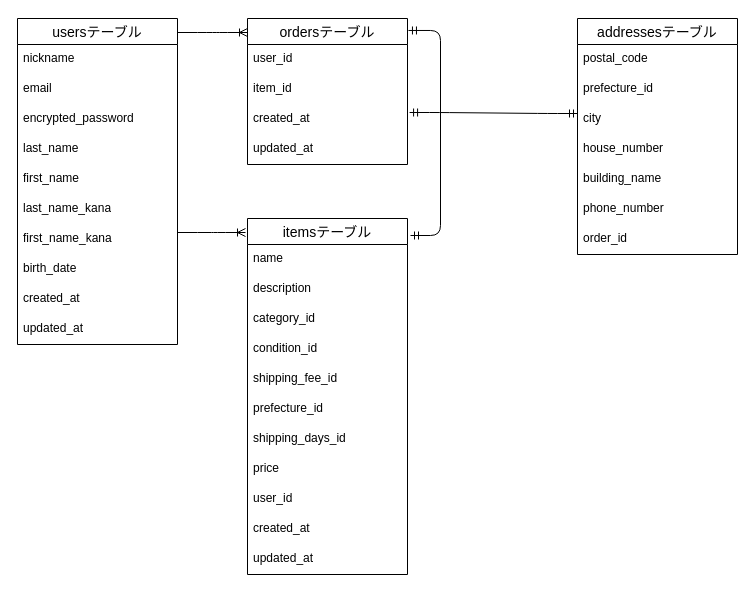
Before: ER.dio in tomo7716/furima-42316, a draw.io diagram. Source tidied: cells renumbered, new cells numbered last; positions are measured from the earlier drawing's top-left corner, leaving out a move shared by most shapes. Both pictures are drawn from the tidied source at 100%, with x=0, y=0 at pixel (17, 18).
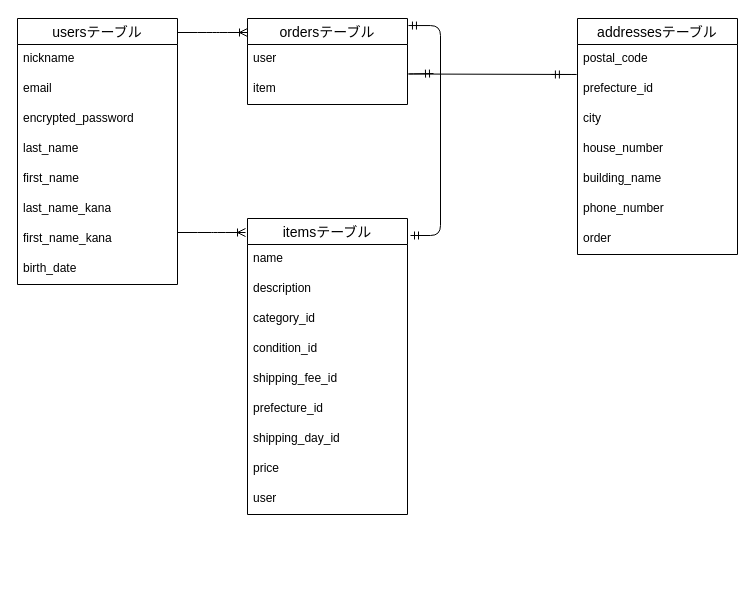
The same diagram, later.

The change refers to these unchanged cells:
```xml
<mxCell id="30" value="addressesテーブル" style="swimlane;fontStyle=0;horizontal=1;startSize=26;align=center;fontSize=14;" parent="1" vertex="1">
  <mxGeometry x="560" width="160" height="236" as="geometry" />
</mxCell>
<mxCell id="33" value="city" style="text;strokeColor=none;fillColor=none;spacingLeft=4;spacingRight=4;overflow=hidden;points=[[0,0.5],[1,0.5]];portConstraint=eastwest;fontSize=12;whiteSpace=wrap;html=1;" parent="30" vertex="1">
  <mxGeometry y="86" width="160" height="30" as="geometry" />
</mxCell>
```

Diff of the diagram source:
```diff
@@
     <mxCell id="2" value="usersテーブル" style="swimlane;fontStyle=0;horizontal=1;startSize=26;align=center;fontSize=14;" parent="1" vertex="1">
-      <mxGeometry width="160" height="326" as="geometry" />
+      <mxGeometry width="160" height="266" as="geometry" />
     </mxCell>
@@
-    <mxCell id="11" value="created_at" style="text;strokeColor=none;fillColor=none;spacingLeft=4;spacingRight=4;overflow=hidden;fontSize=12;whiteSpace=wrap;html=1;" parent="2" vertex="1">
-      <mxGeometry y="266" width="160" height="30" as="geometry" />
-    </mxCell>
-    <mxCell id="12" value="updated_at" style="text;strokeColor=none;fillColor=none;spacingLeft=4;spacingRight=4;overflow=hidden;fontSize=12;whiteSpace=wrap;html=1;" parent="2" vertex="1">
-      <mxGeometry y="296" width="160" height="30" as="geometry" />
-    </mxCell>
     <mxCell id="13" value="itemsテーブル" style="swimlane;fontStyle=0;horizontal=1;startSize=26;align=center;fontSize=14;" parent="1" vertex="1">
-      <mxGeometry x="230" y="200" width="160" height="356" as="geometry" />
+      <mxGeometry x="230" y="200" width="160" height="296" as="geometry" />
     </mxCell>
@@
-    <mxCell id="20" value="shipping_days_id" style="text;strokeColor=none;fillColor=none;spacingLeft=4;spacingRight=4;overflow=hidden;fontSize=12;whiteSpace=wrap;html=1;" parent="13" vertex="1">
+    <mxCell id="20" value="shipping_day_id" style="text;strokeColor=none;fillColor=none;spacingLeft=4;spacingRight=4;overflow=hidden;fontSize=12;whiteSpace=wrap;html=1;" parent="13" vertex="1">
       <mxGeometry y="206" width="160" height="30" as="geometry" />
     </mxCell>
@@
-    <mxCell id="22" value="user_id" style="text;strokeColor=none;fillColor=none;spacingLeft=4;spacingRight=4;overflow=hidden;fontSize=12;whiteSpace=wrap;html=1;" parent="13" vertex="1">
+    <mxCell id="22" value="user" style="text;strokeColor=none;fillColor=none;spacingLeft=4;spacingRight=4;overflow=hidden;fontSize=12;whiteSpace=wrap;html=1;" parent="13" vertex="1">
       <mxGeometry y="266" width="160" height="30" as="geometry" />
     </mxCell>
-    <mxCell id="23" value="&lt;span style=&quot;color: rgb(0, 0, 0);&quot;&gt;created_at&lt;/span&gt;" style="text;strokeColor=none;fillColor=none;spacingLeft=4;spacingRight=4;overflow=hidden;fontSize=12;whiteSpace=wrap;html=1;" parent="13" vertex="1">
-      <mxGeometry y="296" width="160" height="30" as="geometry" />
-    </mxCell>
-    <mxCell id="24" value="updated_at" style="text;strokeColor=none;fillColor=none;spacingLeft=4;spacingRight=4;overflow=hidden;fontSize=12;whiteSpace=wrap;html=1;" parent="13" vertex="1">
-      <mxGeometry y="326" width="160" height="30" as="geometry" />
-    </mxCell>
     <mxCell id="25" value="ordersテーブル" style="swimlane;fontStyle=0;horizontal=1;startSize=26;align=center;fontSize=14;" parent="1" vertex="1">
-      <mxGeometry x="230" width="160" height="146" as="geometry" />
+      <mxGeometry x="230" width="160" height="86" as="geometry" />
     </mxCell>
-    <mxCell id="26" value="user_id" style="text;strokeColor=none;fillColor=none;spacingLeft=4;spacingRight=4;overflow=hidden;fontSize=12;whiteSpace=wrap;html=1;" parent="25" vertex="1">
+    <mxCell id="26" value="user" style="text;strokeColor=none;fillColor=none;spacingLeft=4;spacingRight=4;overflow=hidden;fontSize=12;whiteSpace=wrap;html=1;" parent="25" vertex="1">
       <mxGeometry y="26" width="160" height="30" as="geometry" />
     </mxCell>
-    <mxCell id="27" value="item_id" style="text;strokeColor=none;fillColor=none;spacingLeft=4;spacingRight=4;overflow=hidden;fontSize=12;whiteSpace=wrap;html=1;" parent="25" vertex="1">
+    <mxCell id="27" value="item" style="text;strokeColor=none;fillColor=none;spacingLeft=4;spacingRight=4;overflow=hidden;fontSize=12;whiteSpace=wrap;html=1;" parent="25" vertex="1">
       <mxGeometry y="56" width="160" height="30" as="geometry" />
     </mxCell>
-    <mxCell id="28" value="created_at" style="text;strokeColor=none;fillColor=none;spacingLeft=4;spacingRight=4;overflow=hidden;points=[[0,0.5],[1,0.5]];portConstraint=eastwest;fontSize=12;whiteSpace=wrap;html=1;" parent="25" vertex="1">
-      <mxGeometry y="86" width="160" height="30" as="geometry" />
-    </mxCell>
-    <mxCell id="29" value="updated_at" style="text;strokeColor=none;fillColor=none;spacingLeft=4;spacingRight=4;overflow=hidden;fontSize=12;whiteSpace=wrap;html=1;" parent="25" vertex="1">
-      <mxGeometry y="116" width="160" height="30" as="geometry" />
-    </mxCell>
@@
+    <mxCell id="42" style="edgeStyle=entityRelationEdgeStyle;fontSize=12;html=1;endArrow=ERmandOne;startArrow=ERmandOne;exitX=0;exitY=0.3;exitDx=0;exitDy=0;exitPerimeter=0;" parent="30" edge="1">
+      <mxGeometry relative="1" as="geometry">
+        <mxPoint x="-26.1" y="56" as="sourcePoint" />
+        <mxPoint x="-144" y="55" as="targetPoint" />
+        <Array as="points">
+          <mxPoint x="-256.1" y="81" />
+          <mxPoint x="-266.1" y="131" />
+        </Array>
+      </mxGeometry>
+    </mxCell>
@@
-    <mxCell id="37" value="order_id" style="text;strokeColor=none;fillColor=none;spacingLeft=4;spacingRight=4;overflow=hidden;fontSize=12;whiteSpace=wrap;html=1;" parent="30" vertex="1">
+    <mxCell id="37" value="order" style="text;strokeColor=none;fillColor=none;spacingLeft=4;spacingRight=4;overflow=hidden;fontSize=12;whiteSpace=wrap;html=1;" parent="30" vertex="1">
       <mxGeometry y="206" width="160" height="30" as="geometry" />
     </mxCell>
@@
-    <mxCell id="42" style="edgeStyle=entityRelationEdgeStyle;fontSize=12;html=1;endArrow=ERmandOne;startArrow=ERmandOne;entryX=1.013;entryY=0.267;entryDx=0;entryDy=0;entryPerimeter=0;exitX=0;exitY=0.3;exitDx=0;exitDy=0;exitPerimeter=0;" parent="1" edge="1" source="33" target="28">
-      <mxGeometry relative="1" as="geometry">
-        <Array as="points">
-          <mxPoint x="330" y="120" />
-          <mxPoint x="320" y="170" />
-        </Array>
-      </mxGeometry>
-    </mxCell>
```
